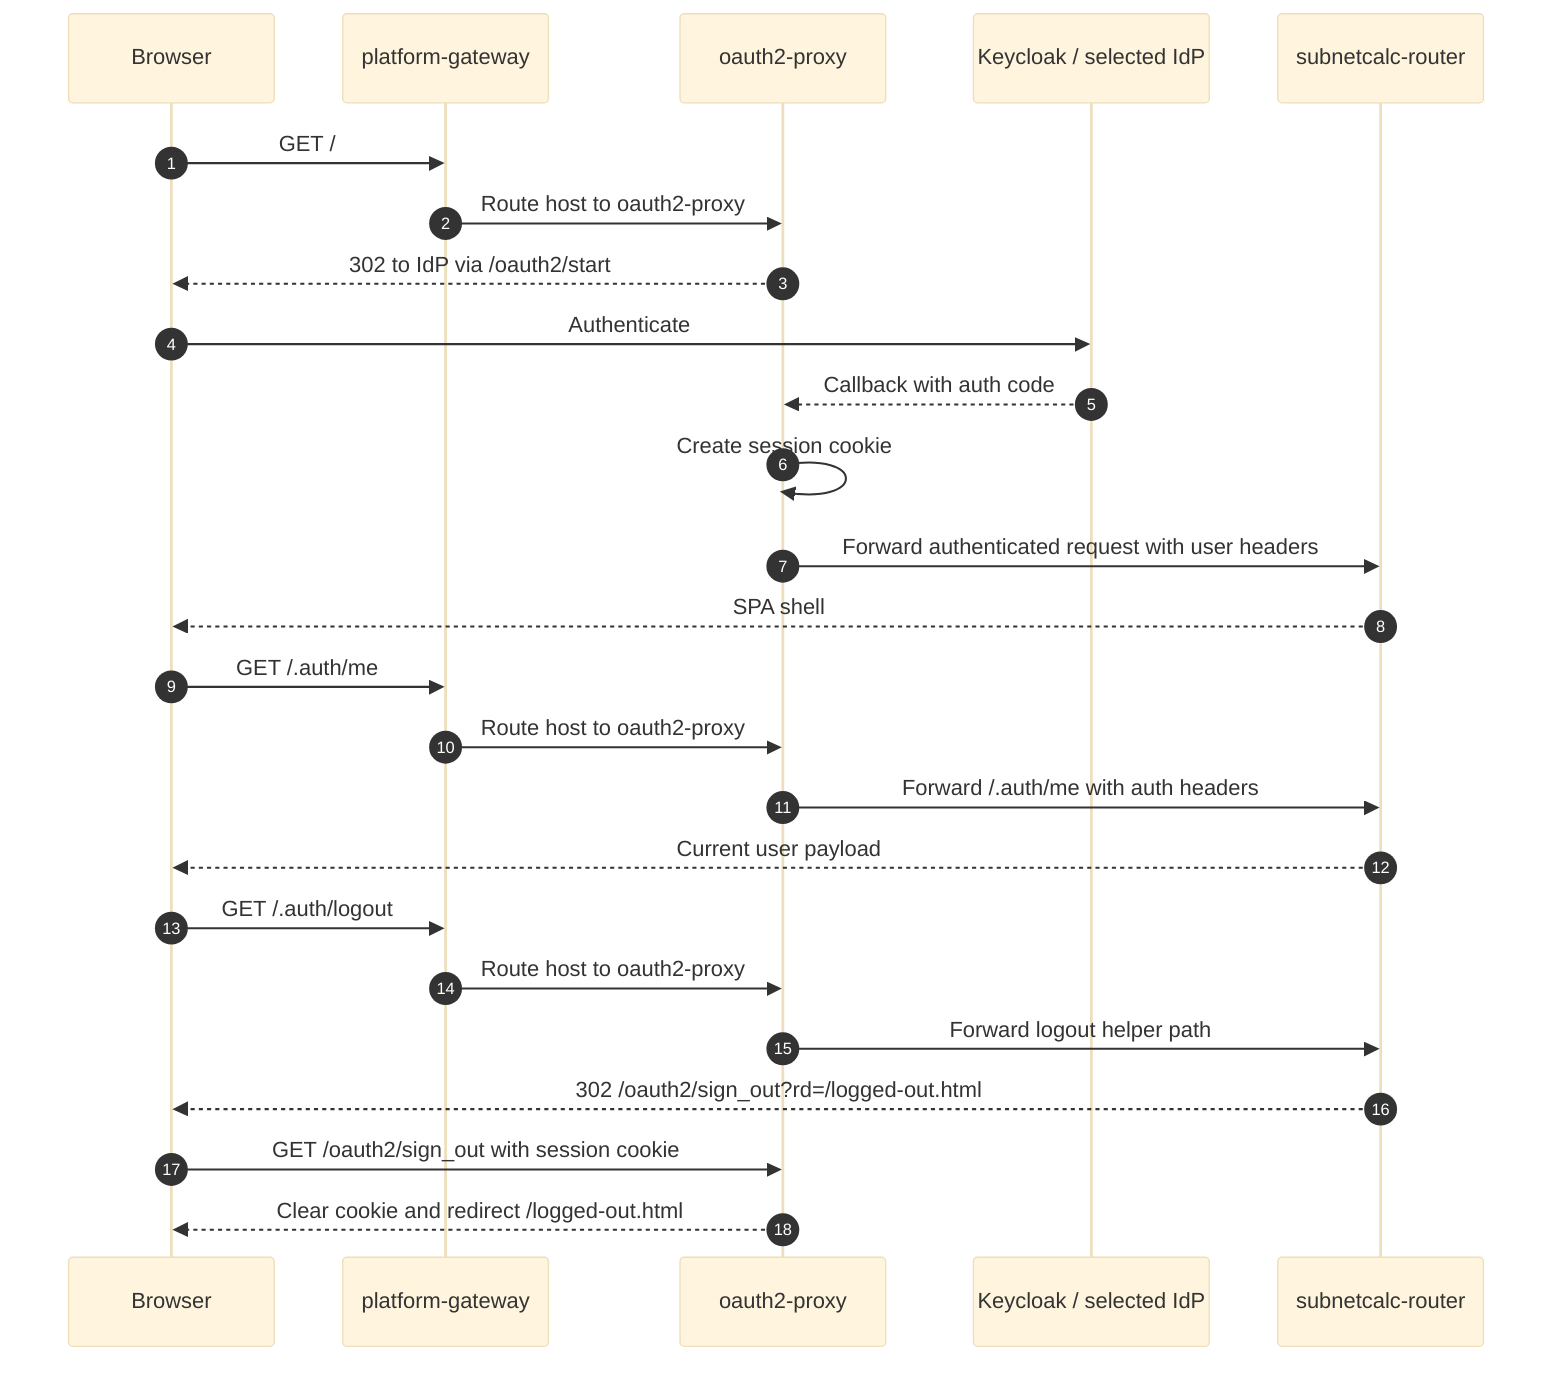
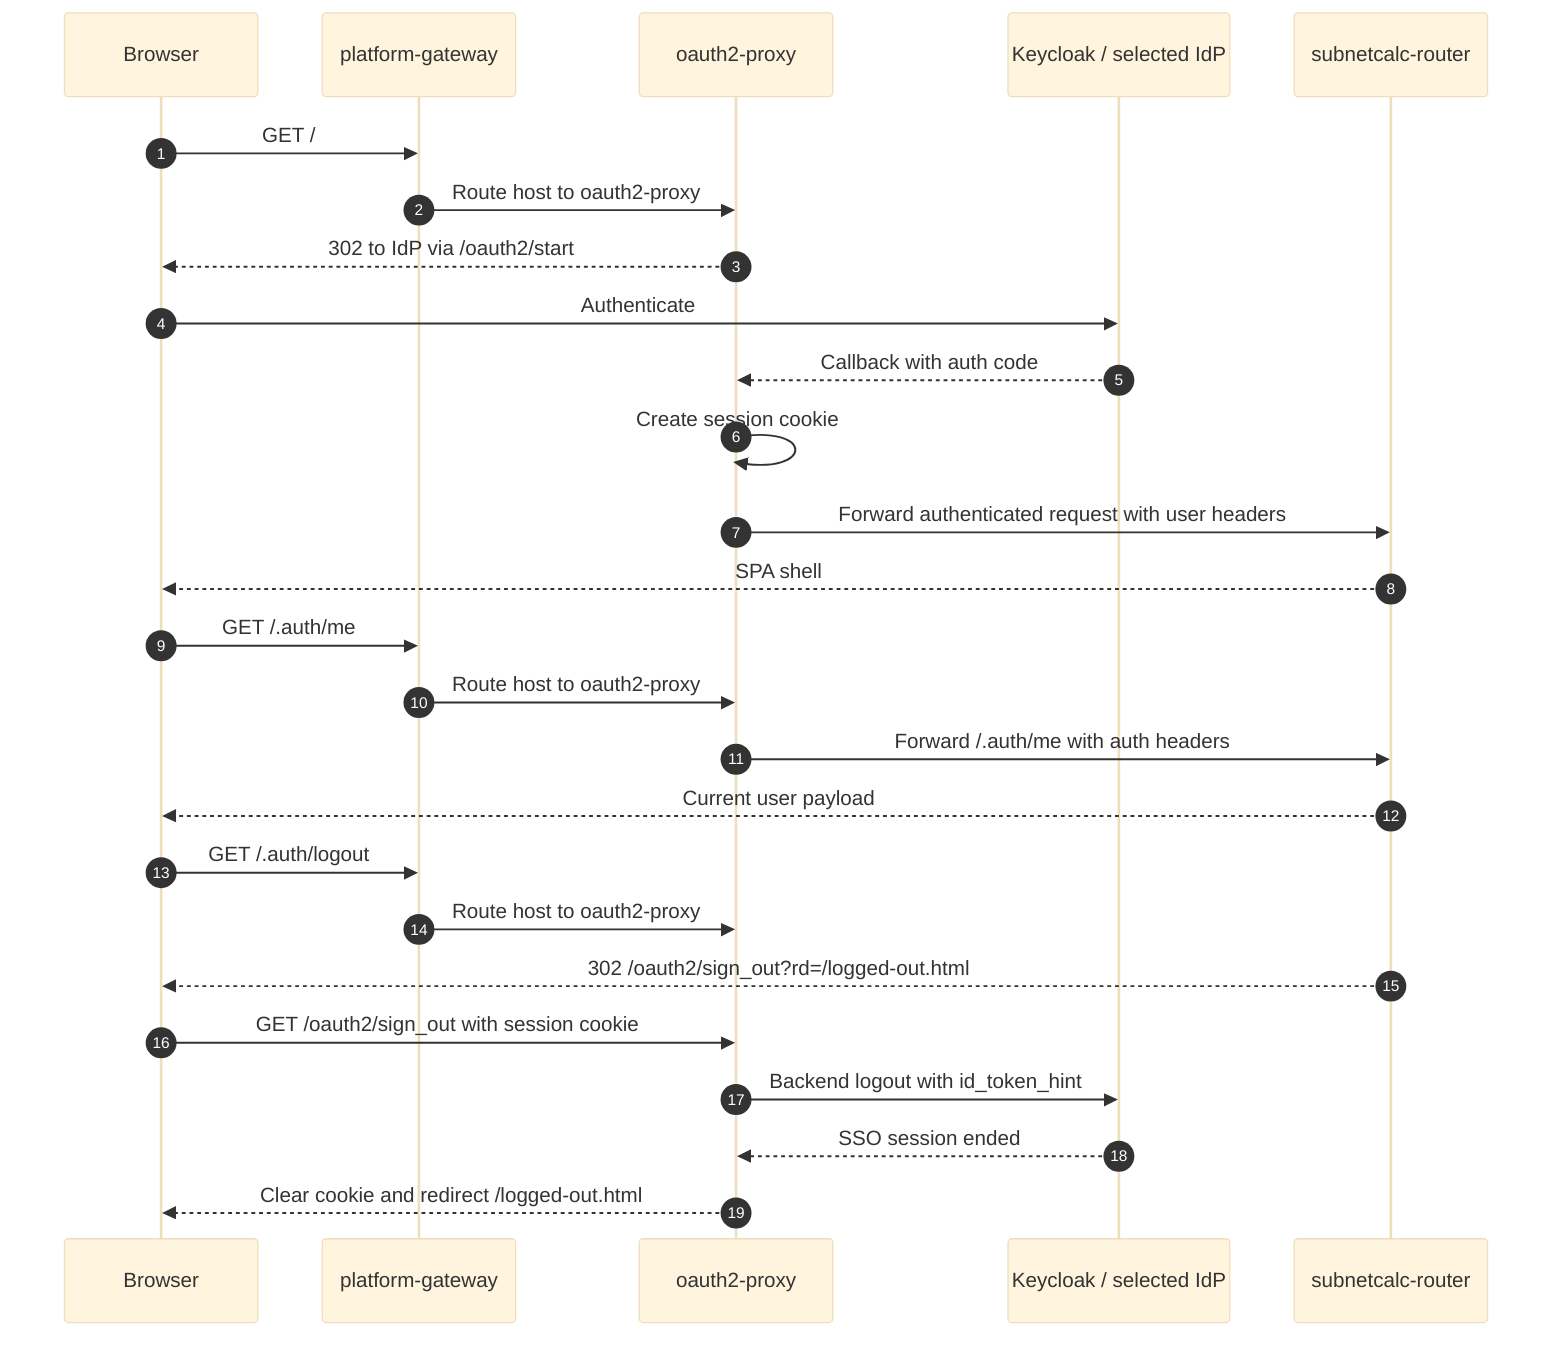
%%{init: {"theme": "base", "themeVariables": {"background": "#ffffff"}}}%%
sequenceDiagram
    autonumber
    participant Browser as Browser
    participant Gateway as platform-gateway
    participant OAuth as oauth2-proxy
    participant IdP as Keycloak / selected IdP
    participant Router as subnetcalc-router

    Browser->>Gateway: GET /
    Gateway->>OAuth: Route host to oauth2-proxy
    OAuth-->>Browser: 302 to IdP via /oauth2/start
    Browser->>IdP: Authenticate
    IdP-->>OAuth: Callback with auth code
    OAuth->>OAuth: Create session cookie
    OAuth->>Router: Forward authenticated request with user headers
    Router-->>Browser: SPA shell
    Browser->>Gateway: GET /.auth/me
    Gateway->>OAuth: Route host to oauth2-proxy
    OAuth->>Router: Forward /.auth/me with auth headers
    Router-->>Browser: Current user payload
    Browser->>Gateway: GET /.auth/logout
    Gateway->>OAuth: Route host to oauth2-proxy
-     OAuth->>Router: Forward logout helper path
    Router-->>Browser: 302 /oauth2/sign_out?rd=/logged-out.html
    Browser->>OAuth: GET /oauth2/sign_out with session cookie
+     OAuth->>IdP: Backend logout with id_token_hint
+     IdP-->>OAuth: SSO session ended
    OAuth-->>Browser: Clear cookie and redirect /logged-out.html
